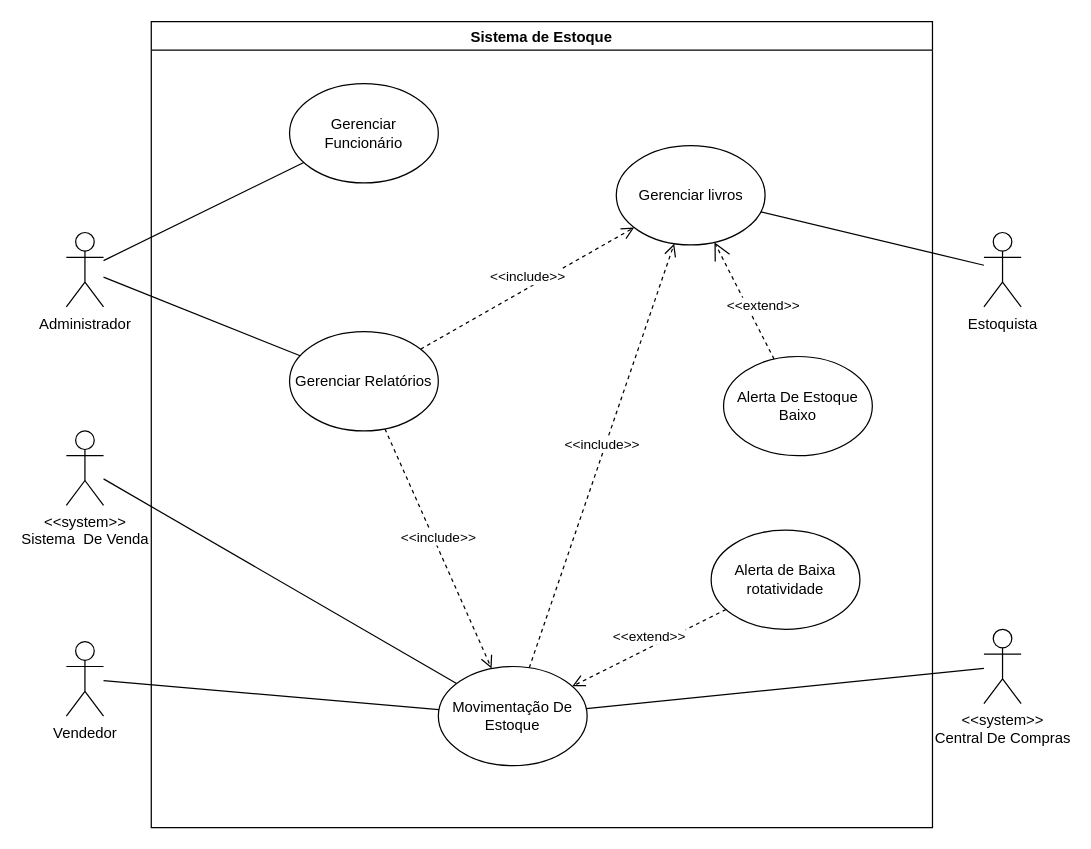
Earlier version of the draw.io diagram Caso de uso.drawio (josevictoraraujorojas/Sistema-Estoque). Source tidied: cells renumbered, new cells numbered last; positions are measured from the earlier drawing's top-left corner, leaving out a move shared by most shapes. Both pictures are drawn from the tidied source at 124%, with x=0, y=0 at pixel (66, 21).
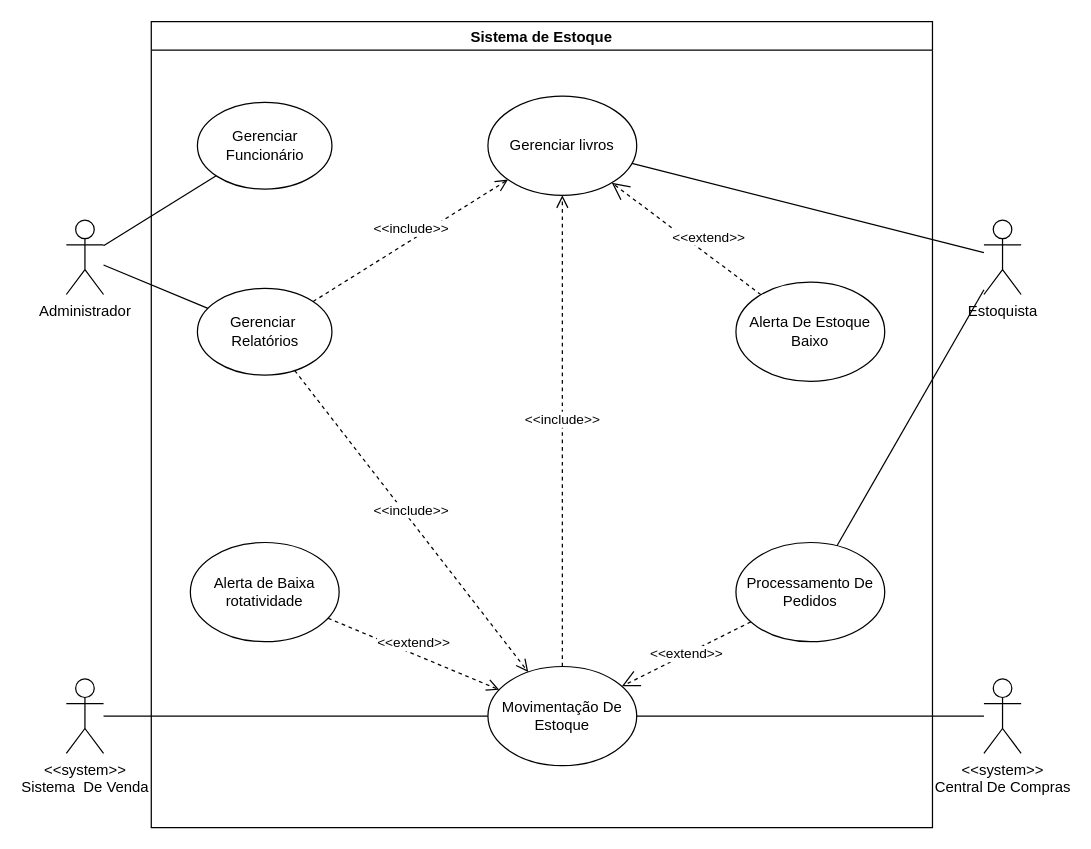
The same diagram, later.

The change refers to these unchanged cells:
```xml
<mxCell id="6" value="Sistema de Estoque" style="swimlane;" parent="1" vertex="1">
  <mxGeometry x="68.5" width="630" height="650" as="geometry" />
</mxCell>
```

Change to the diagram source:
```diff
@@
     <mxCell id="2" value="Administrador" style="shape=umlActor;verticalLabelPosition=bottom;verticalAlign=top;html=1;outlineConnect=0;" parent="1" vertex="1">
-      <mxGeometry y="170" width="30" height="60" as="geometry" />
+      <mxGeometry y="160" width="30" height="60" as="geometry" />
     </mxCell>
     <mxCell id="3" value="&lt;div&gt;&amp;lt;&amp;lt;system&amp;gt;&amp;gt;&lt;/div&gt;Sistema&amp;nbsp; De Venda" style="shape=umlActor;verticalLabelPosition=bottom;verticalAlign=top;html=1;outlineConnect=0;" parent="1" vertex="1">
-      <mxGeometry y="330" width="30" height="60" as="geometry" />
+      <mxGeometry y="530" width="30" height="60" as="geometry" />
     </mxCell>
@@
     <mxCell id="7" value="Alerta de Baixa rotatividade" style="ellipse;whiteSpace=wrap;html=1;" parent="6" vertex="1">
-      <mxGeometry x="451.5" y="410" width="120" height="80" as="geometry" />
+      <mxGeometry x="31.5" y="420" width="120" height="80" as="geometry" />
     </mxCell>
     <mxCell id="8" value="Alerta De Estoque Baixo" style="ellipse;whiteSpace=wrap;html=1;" parent="6" vertex="1">
-      <mxGeometry x="461.5" y="270" width="120" height="80" as="geometry" />
+      <mxGeometry x="471.5" y="210" width="120" height="80" as="geometry" />
     </mxCell>
-    <mxCell id="9" value="Gerenciar Relatórios" style="ellipse;whiteSpace=wrap;html=1;" parent="6" vertex="1">
-      <mxGeometry x="111.5" y="250" width="120" height="80" as="geometry" />
+    <mxCell id="9" value="Gerenciar&amp;nbsp;&lt;div&gt;Relatórios&lt;/div&gt;" style="ellipse;whiteSpace=wrap;html=1;" parent="6" vertex="1">
+      <mxGeometry x="37.2" y="215" width="108.5" height="70" as="geometry" />
     </mxCell>
     <mxCell id="10" value="Movimentação De Estoque" style="ellipse;whiteSpace=wrap;html=1;" parent="6" vertex="1">
-      <mxGeometry x="231.5" y="520" width="120" height="80" as="geometry" />
+      <mxGeometry x="271.5" y="520" width="120" height="80" as="geometry" />
     </mxCell>
@@
     <mxCell id="13" value="Gerenciar Funcionário" style="ellipse;whiteSpace=wrap;html=1;" parent="6" vertex="1">
-      <mxGeometry x="111.5" y="50" width="120" height="80" as="geometry" />
+      <mxGeometry x="37.2" y="65" width="108.5" height="70" as="geometry" />
     </mxCell>
     <mxCell id="14" value="Gerenciar livros" style="ellipse;whiteSpace=wrap;html=1;" parent="6" vertex="1">
-      <mxGeometry x="375" y="100" width="120" height="80" as="geometry" />
+      <mxGeometry x="271.5" y="60" width="120" height="80" as="geometry" />
     </mxCell>
@@
+    <mxCell id="25" value="Processamento De Pedidos" style="ellipse;whiteSpace=wrap;html=1;" parent="6" vertex="1">
+      <mxGeometry x="471.5" y="420" width="120" height="80" as="geometry" />
+    </mxCell>
+    <mxCell id="26" value="&amp;lt;&amp;lt;extend&amp;gt;&amp;gt;" style="endArrow=open;endSize=12;dashed=1;html=1;rounded=0;" parent="6" edge="1" source="25" target="10">
+      <mxGeometry relative="1" as="geometry" />
+    </mxCell>
@@
-    <mxCell id="19" value="Vendedor&lt;div&gt;&lt;br&gt;&lt;/div&gt;" style="shape=umlActor;verticalLabelPosition=bottom;verticalAlign=top;html=1;outlineConnect=0;" parent="1" vertex="1">
-      <mxGeometry y="500" width="30" height="60" as="geometry" />
-    </mxCell>
-    <mxCell id="20" style="endArrow=none;html=1;rounded=0;" parent="1" edge="1" source="19" target="10">
-      <mxGeometry relative="1" as="geometry" />
-    </mxCell>
     <mxCell id="21" value="&lt;div&gt;&amp;lt;&amp;lt;system&amp;gt;&amp;gt;&lt;/div&gt;&lt;div&gt;Central De Compras&lt;/div&gt;" style="shape=umlActor;verticalLabelPosition=bottom;verticalAlign=top;html=1;outlineConnect=0;" parent="1" vertex="1">
-      <mxGeometry x="740" y="490" width="30" height="60" as="geometry" />
+      <mxGeometry x="740" y="530" width="30" height="60" as="geometry" />
     </mxCell>
     <mxCell id="22" value="Estoquista&lt;div&gt;&lt;br&gt;&lt;/div&gt;" style="shape=umlActor;verticalLabelPosition=bottom;verticalAlign=top;html=1;outlineConnect=0;" parent="1" vertex="1">
-      <mxGeometry x="740" y="170" width="30" height="60" as="geometry" />
+      <mxGeometry x="740" y="160" width="30" height="60" as="geometry" />
     </mxCell>
@@
+    <mxCell id="27" style="endArrow=none;html=1;rounded=0;" parent="1" edge="1" source="25" target="22">
+      <mxGeometry relative="1" as="geometry" />
+    </mxCell>
```
